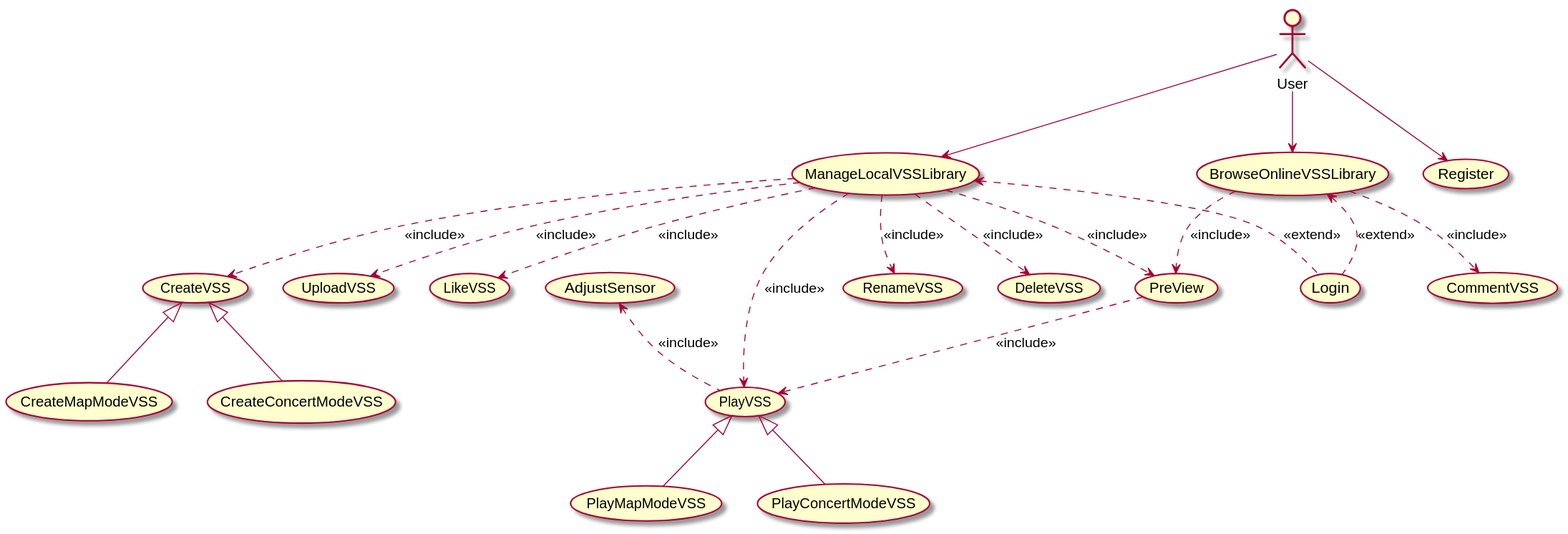
The PlantUML diagram 需求定义/软件需求规约.svg in kpp19920121/doc, before a commit. Its diagram source:
```plantuml
@startuml
(ManageLocalVSSLibrary) <.. (Login): <<extend>>
(BrowseOnlineVSSLibrary) <.. (Login): <<extend>>

User --> (Register)
User --> (ManageLocalVSSLibrary)
User --> (BrowseOnlineVSSLibrary)

(ManageLocalVSSLibrary) ..> (CreateVSS): <<include>>
(CreateVSS) <|-- (CreateMapModeVSS)
(CreateVSS) <|-- (CreateConcertModeVSS)
(ManageLocalVSSLibrary) ..> (RenameVSS): <<include>>
(ManageLocalVSSLibrary) ..> (DeleteVSS): <<include>>
(ManageLocalVSSLibrary) ..> (UploadVSS): <<include>>
(ManageLocalVSSLibrary) ..> (LikeVSS): <<include>>
(ManageLocalVSSLibrary) ..> (PlayVSS): <<include>>
(PlayVSS) <|-- (PlayMapModeVSS)
(PlayVSS) <|-- (PlayConcertModeVSS)
(BrowseOnlineVSSLibrary) ..> (CommentVSS): <<include>>

(AdjustSensor) <.. (PlayVSS): <<include>>

(ManageLocalVSSLibrary) ..> (PreView): <<include>>
(BrowseOnlineVSSLibrary) ..> (PreView): <<include>>

(PreView) ..> (PlayVSS): <<include>>

@enduml
```
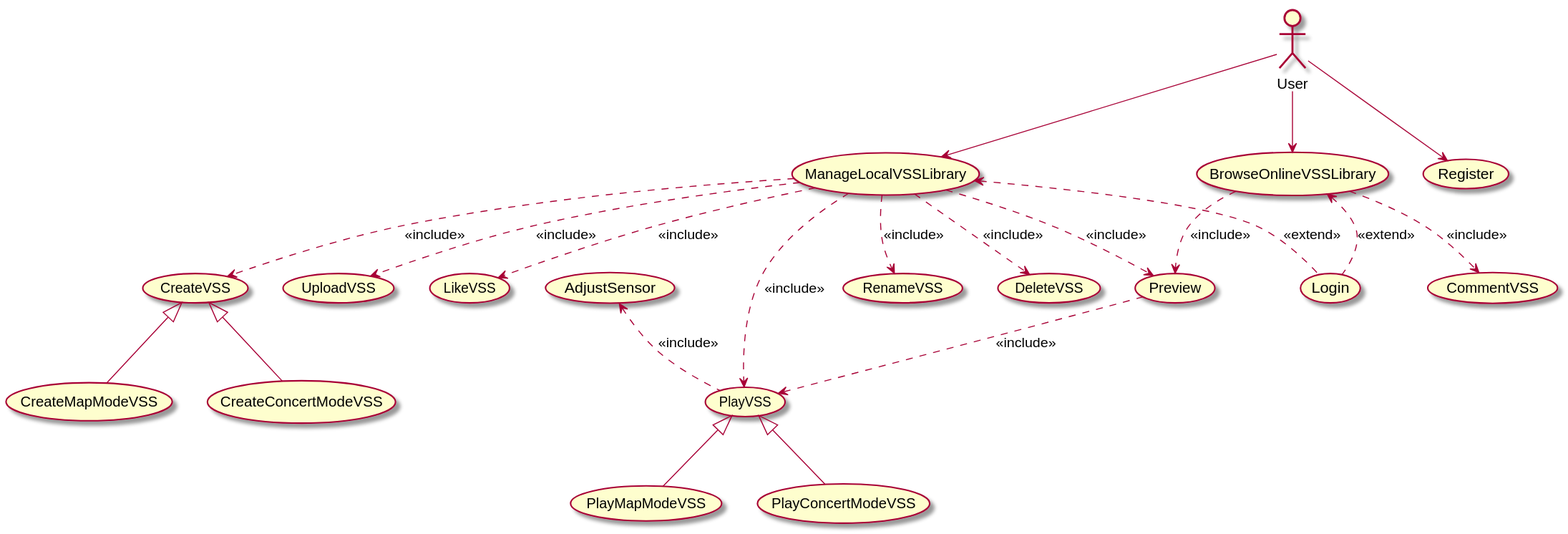
After the commit.

The edit, as a diff of the source:
```diff
@@ -20,9 +20,9 @@
 
 (AdjustSensor) <.. (PlayVSS): <<include>>
 
-(ManageLocalVSSLibrary) ..> (PreView): <<include>>
-(BrowseOnlineVSSLibrary) ..> (PreView): <<include>>
+(ManageLocalVSSLibrary) ..> (Preview): <<include>>
+(BrowseOnlineVSSLibrary) ..> (Preview): <<include>>
 
-(PreView) ..> (PlayVSS): <<include>>
+(Preview) ..> (PlayVSS): <<include>>
 
 @enduml
```
